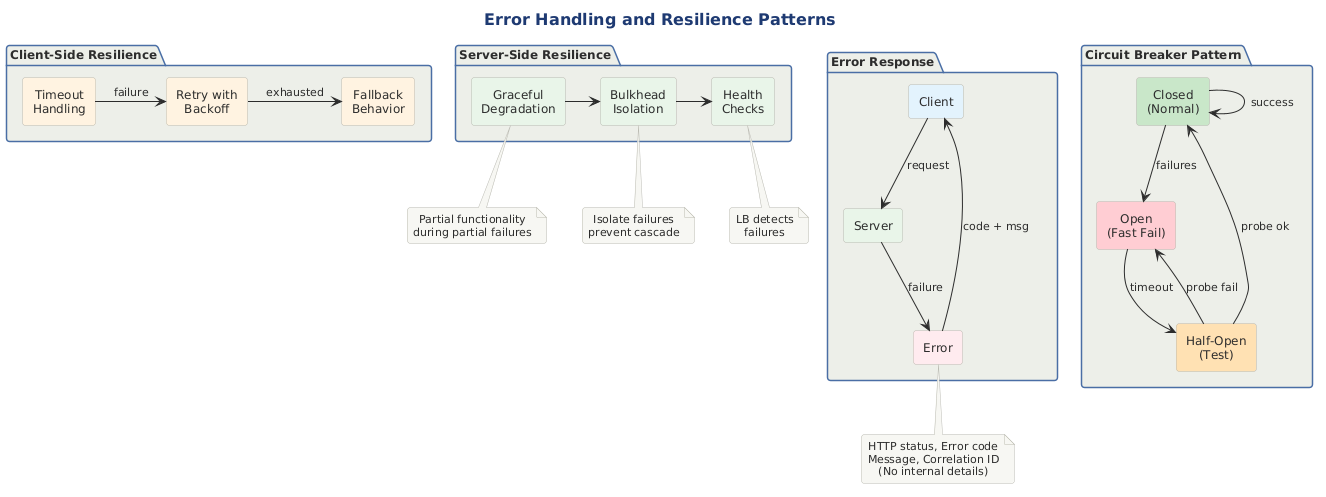
Before: src/architecture/views-and-beyond/style-catalogs/component-and-connector/client-server-style/png/error-handling-and-resilience-patterns.png, a diagram exported from PlantUML (Notoriousjayy/latex-docs). Its diagram source:
```plantuml
@startuml

title Error Handling and Resilience Patterns

!include ../../../../../../tooling/styles/plantuml/structural/package-diagram-style.iuml

package "Client-Side Resilience" {
    rectangle "Timeout\nHandling" as TO #FFF3E0
    rectangle "Retry with\nBackoff" as RET #FFF3E0
    rectangle "Fallback\nBehavior" as FB #FFF3E0

    TO -r-> RET : failure
    RET -r-> FB : exhausted
}

package "Circuit Breaker Pattern" {
    rectangle "Closed\n(Normal)" as CLOSED #C8E6C9
    rectangle "Open\n(Fast Fail)" as OPEN #FFCDD2
    rectangle "Half-Open\n(Test)" as HALF #FFE0B2

    CLOSED --> CLOSED : success
    CLOSED --> OPEN : failures
    OPEN --> HALF : timeout
    HALF --> CLOSED : probe ok
    HALF --> OPEN : probe fail
}

package "Server-Side Resilience" {
    rectangle "Graceful\nDegradation" as GD #E8F5E9
    rectangle "Bulkhead\nIsolation" as BH #E8F5E9
    rectangle "Health\nChecks" as HC #E8F5E9

    GD -r-> BH
    BH -r-> HC
}

note bottom of GD : Partial functionality\nduring partial failures
note bottom of BH : Isolate failures\nprevent cascade
note bottom of HC : LB detects\nfailures

package "Error Response" {
    rectangle "Client" as EC #E3F2FD
    rectangle "Server" as ES #E8F5E9
    rectangle "Error" as ER #FFEBEE

    EC --> ES : request
    ES --> ER : failure
    ER --> EC : code + msg
}

note bottom of ER
  HTTP status, Error code
  Message, Correlation ID
  (No internal details)
end note
@enduml
```
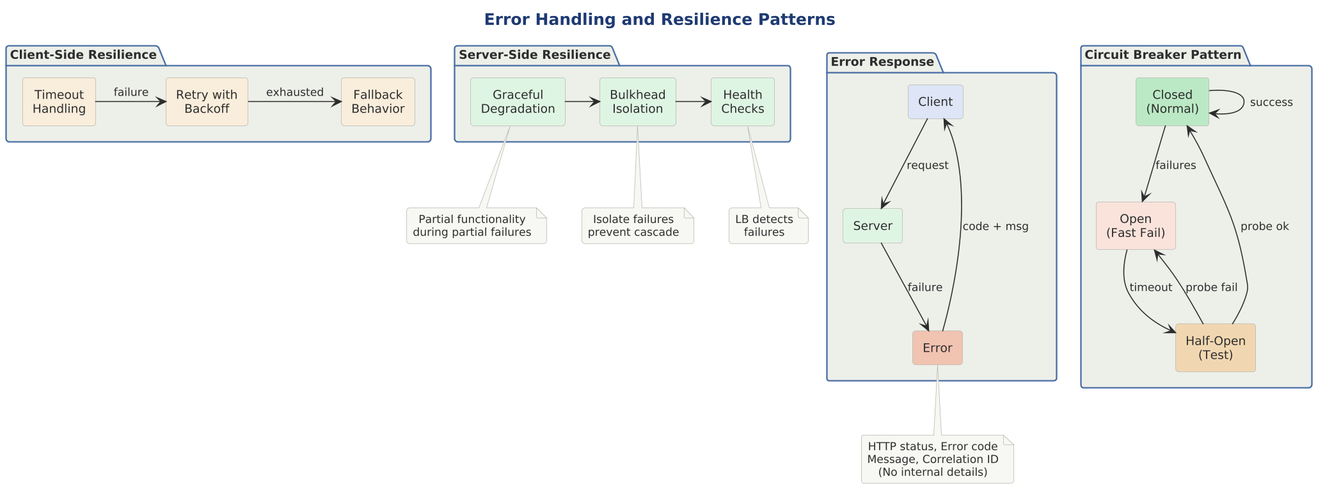
After the change.

Diff of the diagram source:
```diff
@@ -1,22 +1,27 @@
 @startuml
+
+skinparam dpi 150
+
+
+
 
 title Error Handling and Resilience Patterns
 
 !include ../../../../../../tooling/styles/plantuml/structural/package-diagram-style.iuml
 
 package "Client-Side Resilience" {
-    rectangle "Timeout\nHandling" as TO #FFF3E0
-    rectangle "Retry with\nBackoff" as RET #FFF3E0
-    rectangle "Fallback\nBehavior" as FB #FFF3E0
+    rectangle "Timeout\nHandling" as TO $fill_caution
+    rectangle "Retry with\nBackoff" as RET $fill_caution
+    rectangle "Fallback\nBehavior" as FB $fill_caution
 
     TO -r-> RET : failure
     RET -r-> FB : exhausted
 }
 
 package "Circuit Breaker Pattern" {
-    rectangle "Closed\n(Normal)" as CLOSED #C8E6C9
-    rectangle "Open\n(Fast Fail)" as OPEN #FFCDD2
-    rectangle "Half-Open\n(Test)" as HALF #FFE0B2
+    rectangle "Closed\n(Normal)" as CLOSED $deep_ok
+    rectangle "Open\n(Fast Fail)" as OPEN $fill_invalid
+    rectangle "Half-Open\n(Test)" as HALF $deep_caution
 
     CLOSED --> CLOSED : success
     CLOSED --> OPEN : failures
@@ -26,9 +31,9 @@
 }
 
 package "Server-Side Resilience" {
-    rectangle "Graceful\nDegradation" as GD #E8F5E9
-    rectangle "Bulkhead\nIsolation" as BH #E8F5E9
-    rectangle "Health\nChecks" as HC #E8F5E9
+    rectangle "Graceful\nDegradation" as GD $fill_ok
+    rectangle "Bulkhead\nIsolation" as BH $fill_ok
+    rectangle "Health\nChecks" as HC $fill_ok
 
     GD -r-> BH
     BH -r-> HC
@@ -39,9 +44,9 @@
 note bottom of HC : LB detects\nfailures
 
 package "Error Response" {
-    rectangle "Client" as EC #E3F2FD
-    rectangle "Server" as ES #E8F5E9
-    rectangle "Error" as ER #FFEBEE
+    rectangle "Client" as EC $fill_primary
+    rectangle "Server" as ES $fill_ok
+    rectangle "Error" as ER $deep_invalid
 
     EC --> ES : request
     ES --> ER : failure
```
